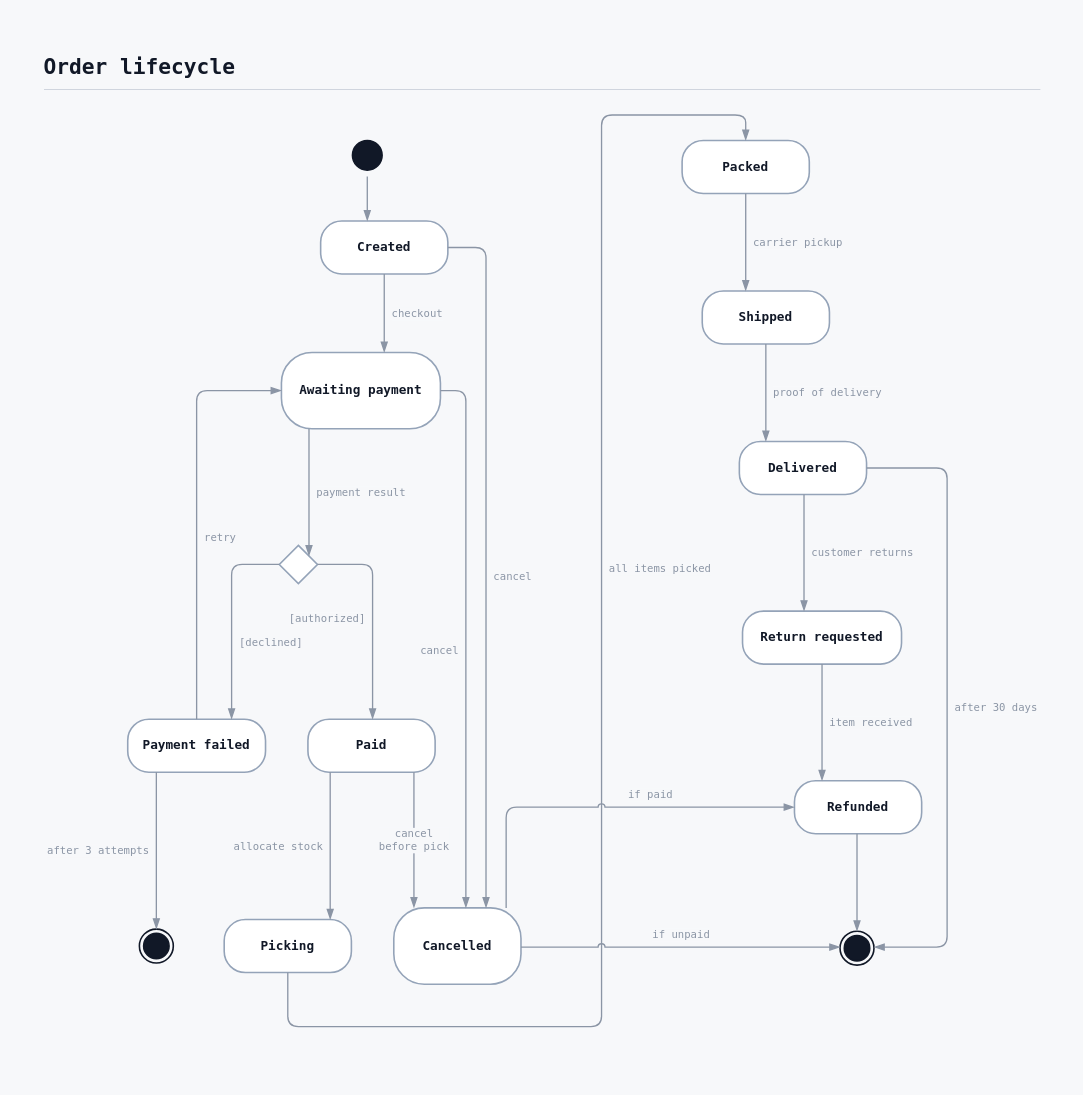
Above: examples/order_state_machine/order_state_machine.drawio in rg12301/rdg (draw.io), before the change. Source tidied: cells renumbered, new cells numbered last; positions are measured from the earlier drawing's top-left corner, leaving out a move shared by most shapes. Both pictures are drawn from the tidied source at 106%, with x=0, y=0 at pixel (18, 18).
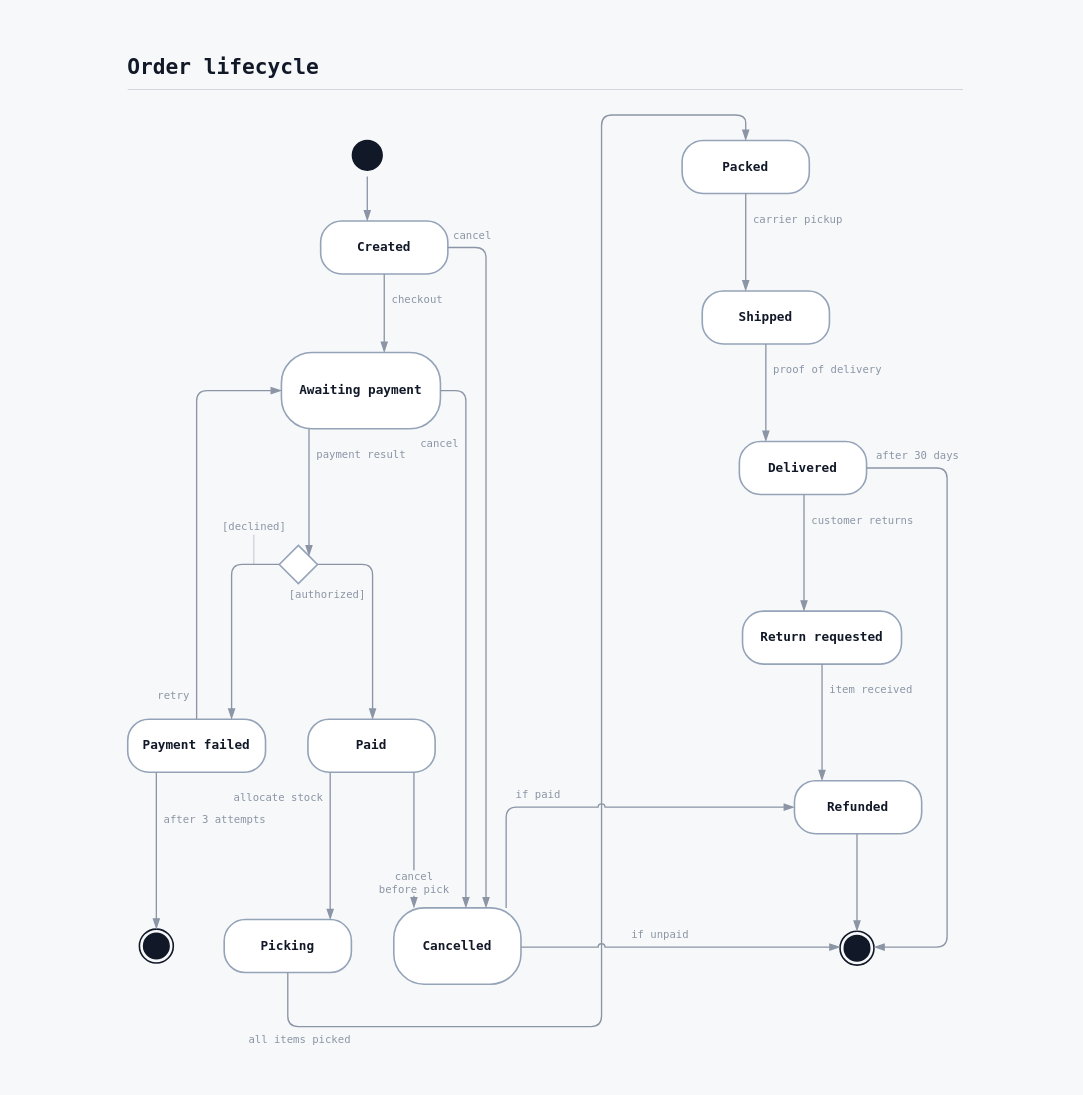
The same page after the edit.

Unchanged cells that the change refers to:
```xml
<mxCell id="6" value="&lt;b&gt;Created&lt;/b&gt;" style="rounded=1;arcSize=40;html=1;whiteSpace=wrap;fillColor=#ffffff;fillOpacity=100;strokeColor=#94a3b8;strokeWidth=1.5;shadow=0;fontFamily=JetBrains Mono, ui-monospace, SFMono-Regular, Menlo, Consolas, monospace;fontSize=12;fontColor=#111827;fontStyle=0;align=center;verticalAlign=middle;spacingTop=4;spacingBottom=4;spacingLeft=8;spacingRight=8;" parent="1" vertex="1">
  <mxGeometry x="285" y="191" width="120" height="50" as="geometry" />
</mxCell>
<mxCell id="7" value="&lt;b&gt;Awaiting payment&lt;/b&gt;" style="rounded=1;arcSize=40;html=1;whiteSpace=wrap;fillColor=#ffffff;fillOpacity=100;strokeColor=#94a3b8;strokeWidth=1.5;shadow=0;fontFamily=JetBrains Mono, ui-monospace, SFMono-Regular, Menlo, Consolas, monospace;fontSize=12;fontColor=#111827;fontStyle=0;align=center;verticalAlign=middle;spacingTop=4;spacingBottom=4;spacingLeft=8;spacingRight=8;" parent="1" vertex="1">
  <mxGeometry x="248" y="315" width="150" height="72" as="geometry" />
</mxCell>
<mxCell id="8" value="&lt;b&gt;&lt;/b&gt;" style="rounded=0;html=1;whiteSpace=wrap;fillColor=none;fillOpacity=100;strokeColor=none;strokeWidth=1.5;shadow=0;fontFamily=JetBrains Mono, ui-monospace, SFMono-Regular, Menlo, Consolas, monospace;fontSize=12;fontColor=#111827;fontStyle=0;align=center;verticalAlign=top;spacingTop=40;spacingBottom=0;spacingLeft=0;spacingRight=0;" parent="1" vertex="1">
  <mxGeometry x="228" y="497" width="72" height="36" as="geometry" />
</mxCell>
<mxCell id="10" value="&lt;b&gt;Paid&lt;/b&gt;" style="rounded=1;arcSize=40;html=1;whiteSpace=wrap;fillColor=#ffffff;fillOpacity=100;strokeColor=#94a3b8;strokeWidth=1.5;shadow=0;fontFamily=JetBrains Mono, ui-monospace, SFMono-Regular, Menlo, Consolas, monospace;fontSize=12;fontColor=#111827;fontStyle=0;align=center;verticalAlign=middle;spacingTop=4;spacingBottom=4;spacingLeft=8;spacingRight=8;" parent="1" vertex="1">
  <mxGeometry x="273" y="661" width="120" height="50" as="geometry" />
</mxCell>
<mxCell id="11" value="&lt;b&gt;Payment failed&lt;/b&gt;" style="rounded=1;arcSize=40;html=1;whiteSpace=wrap;fillColor=#ffffff;fillOpacity=100;strokeColor=#94a3b8;strokeWidth=1.5;shadow=0;fontFamily=JetBrains Mono, ui-monospace, SFMono-Regular, Menlo, Consolas, monospace;fontSize=12;fontColor=#111827;fontStyle=0;align=center;verticalAlign=middle;spacingTop=4;spacingBottom=4;spacingLeft=8;spacingRight=8;" parent="1" vertex="1">
  <mxGeometry x="103" y="661" width="130" height="50" as="geometry" />
</mxCell>
<mxCell id="12" value="&lt;b&gt;Picking&lt;/b&gt;" style="rounded=1;arcSize=40;html=1;whiteSpace=wrap;fillColor=#ffffff;fillOpacity=100;strokeColor=#94a3b8;strokeWidth=1.5;shadow=0;fontFamily=JetBrains Mono, ui-monospace, SFMono-Regular, Menlo, Consolas, monospace;fontSize=12;fontColor=#111827;fontStyle=0;align=center;verticalAlign=middle;spacingTop=4;spacingBottom=4;spacingLeft=8;spacingRight=8;" parent="1" vertex="1">
  <mxGeometry x="194" y="850" width="120" height="50" as="geometry" />
</mxCell>
<mxCell id="13" value="&lt;b&gt;Packed&lt;/b&gt;" style="rounded=1;arcSize=40;html=1;whiteSpace=wrap;fillColor=#ffffff;fillOpacity=100;strokeColor=#94a3b8;strokeWidth=1.5;shadow=0;fontFamily=JetBrains Mono, ui-monospace, SFMono-Regular, Menlo, Consolas, monospace;fontSize=12;fontColor=#111827;fontStyle=0;align=center;verticalAlign=middle;spacingTop=4;spacingBottom=4;spacingLeft=8;spacingRight=8;" parent="1" vertex="1">
  <mxGeometry x="626" y="115" width="120" height="50" as="geometry" />
</mxCell>
<mxCell id="14" value="&lt;b&gt;Shipped&lt;/b&gt;" style="rounded=1;arcSize=40;html=1;whiteSpace=wrap;fillColor=#ffffff;fillOpacity=100;strokeColor=#94a3b8;strokeWidth=1.5;shadow=0;fontFamily=JetBrains Mono, ui-monospace, SFMono-Regular, Menlo, Consolas, monospace;fontSize=12;fontColor=#111827;fontStyle=0;align=center;verticalAlign=middle;spacingTop=4;spacingBottom=4;spacingLeft=8;spacingRight=8;" parent="1" vertex="1">
  <mxGeometry x="645" y="257" width="120" height="50" as="geometry" />
</mxCell>
<mxCell id="15" value="&lt;b&gt;Delivered&lt;/b&gt;" style="rounded=1;arcSize=40;html=1;whiteSpace=wrap;fillColor=#ffffff;fillOpacity=100;strokeColor=#94a3b8;strokeWidth=1.5;shadow=0;fontFamily=JetBrains Mono, ui-monospace, SFMono-Regular, Menlo, Consolas, monospace;fontSize=12;fontColor=#111827;fontStyle=0;align=center;verticalAlign=middle;spacingTop=4;spacingBottom=4;spacingLeft=8;spacingRight=8;" parent="1" vertex="1">
  <mxGeometry x="680" y="399" width="120" height="50" as="geometry" />
</mxCell>
<mxCell id="16" value="&lt;b&gt;Cancelled&lt;/b&gt;" style="rounded=1;arcSize=40;html=1;whiteSpace=wrap;fillColor=#ffffff;fillOpacity=100;strokeColor=#94a3b8;strokeWidth=1.5;shadow=0;fontFamily=JetBrains Mono, ui-monospace, SFMono-Regular, Menlo, Consolas, monospace;fontSize=12;fontColor=#111827;fontStyle=0;align=center;verticalAlign=middle;spacingTop=4;spacingBottom=4;spacingLeft=8;spacingRight=8;" parent="1" vertex="1">
  <mxGeometry x="354" y="839" width="120" height="72" as="geometry" />
</mxCell>
<mxCell id="17" value="&lt;b&gt;Return requested&lt;/b&gt;" style="rounded=1;arcSize=40;html=1;whiteSpace=wrap;fillColor=#ffffff;fillOpacity=100;strokeColor=#94a3b8;strokeWidth=1.5;shadow=0;fontFamily=JetBrains Mono, ui-monospace, SFMono-Regular, Menlo, Consolas, monospace;fontSize=12;fontColor=#111827;fontStyle=0;align=center;verticalAlign=middle;spacingTop=4;spacingBottom=4;spacingLeft=8;spacingRight=8;" parent="1" vertex="1">
  <mxGeometry x="683" y="559" width="150" height="50" as="geometry" />
</mxCell>
<mxCell id="18" value="&lt;b&gt;Refunded&lt;/b&gt;" style="rounded=1;arcSize=40;html=1;whiteSpace=wrap;fillColor=#ffffff;fillOpacity=100;strokeColor=#94a3b8;strokeWidth=1.5;shadow=0;fontFamily=JetBrains Mono, ui-monospace, SFMono-Regular, Menlo, Consolas, monospace;fontSize=12;fontColor=#111827;fontStyle=0;align=center;verticalAlign=middle;spacingTop=4;spacingBottom=4;spacingLeft=8;spacingRight=8;" parent="1" vertex="1">
  <mxGeometry x="732" y="719" width="120" height="50" as="geometry" />
</mxCell>
<mxCell id="19" value="&lt;b&gt;&lt;/b&gt;" style="rounded=0;html=1;whiteSpace=wrap;fillColor=none;fillOpacity=100;strokeColor=none;strokeWidth=1.5;shadow=0;fontFamily=JetBrains Mono, ui-monospace, SFMono-Regular, Menlo, Consolas, monospace;fontSize=12;fontColor=#111827;fontStyle=0;align=center;verticalAlign=top;spacingTop=36;spacingBottom=0;spacingLeft=0;spacingRight=0;" parent="1" vertex="1">
  <mxGeometry x="755" y="861" width="72" height="32" as="geometry" />
</mxCell>
<mxCell id="21" value="&lt;b&gt;&lt;/b&gt;" style="rounded=0;html=1;whiteSpace=wrap;fillColor=none;fillOpacity=100;strokeColor=none;strokeWidth=1.5;shadow=0;fontFamily=JetBrains Mono, ui-monospace, SFMono-Regular, Menlo, Consolas, monospace;fontSize=12;fontColor=#111827;fontStyle=0;align=center;verticalAlign=top;spacingTop=36;spacingBottom=0;spacingLeft=0;spacingRight=0;" parent="1" vertex="1">
  <mxGeometry x="106" y="859" width="48" height="32" as="geometry" />
</mxCell>
```

What changed in the source:
```diff
@@
     <mxCell id="2" style="rounded=0;fillColor=none;strokeColor=none;selectable=0;" parent="1" vertex="1">
-      <mxGeometry width="988" height="979" as="geometry" />
+      <mxGeometry x="79" width="836" height="999" as="geometry" />
     </mxCell>
     <mxCell id="3" value="&lt;b&gt;&lt;font style=&quot;font-size:20px;color:#111827;line-height:27px;&quot;&gt;Order lifecycle&lt;/font&gt;&lt;/b&gt;" style="text;html=1;strokeColor=none;fillColor=none;align=left;verticalAlign=top;rounded=0;whiteSpace=nowrap;spacing=0;fontFamily=JetBrains Mono, ui-monospace, SFMono-Regular, Menlo, Consolas, monospace;" parent="1" vertex="1">
-      <mxGeometry x="24" y="28" width="184" height="27" as="geometry" />
+      <mxGeometry x="103" y="28" width="184" height="27" as="geometry" />
     </mxCell>
@@
     <mxCell id="24" value="checkout" style="exitX=0.50000;exitY=1.00000;exitDx=0;exitDy=0;exitPerimeter=0;entryX=0.64667;entryY=0.00000;entryDx=0;entryDy=0;entryPerimeter=0;edgeStyle=none;html=1;rounded=1;jumpStyle=arc;jumpSize=6;strokeColor=#8b95a5;strokeWidth=1.25;dashed=0;endArrow=blockThin;endFill=1;endSize=7;startArrow=none;labelBackgroundColor=#f7f8fa;labelBorderColor=none;fontFamily=JetBrains Mono, ui-monospace, SFMono-Regular, Menlo, Consolas, monospace;fontSize=10;fontColor=#8b95a5;" parent="1" edge="1" source="6" target="7">
-      <mxGeometry y="31" relative="1" as="geometry" />
+      <mxGeometry x="-0.35" y="31" relative="1" as="geometry" />
     </mxCell>
     <mxCell id="25" value="payment result" style="exitX=0.17333;exitY=1.00000;exitDx=0;exitDy=0;exitPerimeter=0;entryX=0.63889;entryY=0.27778;entryDx=0;entryDy=0;entryPerimeter=0;edgeStyle=none;html=1;rounded=1;jumpStyle=arc;jumpSize=6;strokeColor=#8b95a5;strokeWidth=1.25;dashed=0;endArrow=blockThin;endFill=1;endSize=7;startArrow=none;labelBackgroundColor=#f7f8fa;labelBorderColor=none;fontFamily=JetBrains Mono, ui-monospace, SFMono-Regular, Menlo, Consolas, monospace;fontSize=10;fontColor=#8b95a5;" parent="1" edge="1" source="7" target="8">
-      <mxGeometry y="49" relative="1" as="geometry" />
+      <mxGeometry x="-0.6" y="49" relative="1" as="geometry" />
     </mxCell>
     <mxCell id="26" value="[authorized]" style="exitX=0.75000;exitY=0.50000;exitDx=0;exitDy=0;exitPerimeter=0;entryX=0.50833;entryY=0.00000;entryDx=0;entryDy=0;entryPerimeter=0;edgeStyle=none;html=1;rounded=1;jumpStyle=arc;jumpSize=6;strokeColor=#8b95a5;strokeWidth=1.25;dashed=0;endArrow=blockThin;endFill=1;endSize=7;startArrow=none;labelBackgroundColor=#f7f8fa;labelBorderColor=none;fontFamily=JetBrains Mono, ui-monospace, SFMono-Regular, Menlo, Consolas, monospace;fontSize=10;fontColor=#8b95a5;" parent="1" edge="1" source="8" target="10">
-      <mxGeometry x="0.04" y="-43" relative="1" as="geometry">
+      <mxGeometry x="-0.19" y="-43" relative="1" as="geometry">
         <Array as="points">
           <mxPoint x="334" y="515" />
         </Array>
       </mxGeometry>
     </mxCell>
     <mxCell id="27" value="[declined]" style="exitX=0.25000;exitY=0.50000;exitDx=0;exitDy=0;exitPerimeter=0;entryX=0.75385;entryY=0.00000;entryDx=0;entryDy=0;entryPerimeter=0;edgeStyle=none;html=1;rounded=1;jumpStyle=arc;jumpSize=6;strokeColor=#8b95a5;strokeWidth=1.25;dashed=0;endArrow=blockThin;endFill=1;endSize=7;startArrow=none;labelBackgroundColor=#f7f8fa;labelBorderColor=none;fontFamily=JetBrains Mono, ui-monospace, SFMono-Regular, Menlo, Consolas, monospace;fontSize=10;fontColor=#8b95a5;" parent="1" edge="1" source="8" target="11">
-      <mxGeometry x="0.24" y="37" relative="1" as="geometry">
+      <mxGeometry x="-0.75" y="-35.8" relative="1" as="geometry">
         <Array as="points">
           <mxPoint x="201" y="515" />
         </Array>
       </mxGeometry>
     </mxCell>
+    <mxCell id="44" style="edgeStyle=none;html=1;endArrow=none;startArrow=none;strokeColor=#8b95a5;strokeWidth=0.6;opacity=80;" parent="1" edge="1">
+      <mxGeometry relative="1" as="geometry">
+        <mxPoint x="222" y="515" as="sourcePoint" />
+        <mxPoint x="222" y="487" as="targetPoint" />
+      </mxGeometry>
+    </mxCell>
     <mxCell id="28" value="retry" style="exitX=0.50000;exitY=0.00000;exitDx=0;exitDy=0;exitPerimeter=0;entryX=0.00000;entryY=0.50000;entryDx=0;entryDy=0;entryPerimeter=0;edgeStyle=none;html=1;rounded=1;jumpStyle=arc;jumpSize=6;strokeColor=#8b95a5;strokeWidth=1.25;dashed=0;endArrow=blockThin;endFill=1;endSize=7;startArrow=none;labelBackgroundColor=#f7f8fa;labelBorderColor=none;fontFamily=JetBrains Mono, ui-monospace, SFMono-Regular, Menlo, Consolas, monospace;fontSize=10;fontColor=#8b95a5;" parent="1" edge="1" source="11" target="7">
-      <mxGeometry x="-0.12" y="-22" relative="1" as="geometry">
+      <mxGeometry x="-0.88" y="22" relative="1" as="geometry">
         <Array as="points">
           <mxPoint x="168" y="351" />
         </Array>
       </mxGeometry>
     </mxCell>
     <mxCell id="29" value="after 3 attempts" style="exitX=0.20769;exitY=1.00000;exitDx=0;exitDy=0;exitPerimeter=0;entryX=0.50000;entryY=0.00000;entryDx=0;entryDy=0;entryPerimeter=0;edgeStyle=none;html=1;rounded=1;jumpStyle=arc;jumpSize=6;strokeColor=#8b95a5;strokeWidth=1.25;dashed=0;endArrow=blockThin;endFill=1;endSize=7;startArrow=none;labelBackgroundColor=#f7f8fa;labelBorderColor=none;fontFamily=JetBrains Mono, ui-monospace, SFMono-Regular, Menlo, Consolas, monospace;fontSize=10;fontColor=#8b95a5;" parent="1" edge="1" source="11" target="21">
-      <mxGeometry y="-55" relative="1" as="geometry" />
+      <mxGeometry x="-0.41" y="55" relative="1" as="geometry" />
     </mxCell>
     <mxCell id="30" value="allocate stock" style="exitX=0.17500;exitY=1.00000;exitDx=0;exitDy=0;exitPerimeter=0;entryX=0.83333;entryY=0.00000;entryDx=0;entryDy=0;entryPerimeter=0;edgeStyle=none;html=1;rounded=1;jumpStyle=arc;jumpSize=6;strokeColor=#8b95a5;strokeWidth=1.25;dashed=0;endArrow=blockThin;endFill=1;endSize=7;startArrow=none;labelBackgroundColor=#f7f8fa;labelBorderColor=none;fontFamily=JetBrains Mono, ui-monospace, SFMono-Regular, Menlo, Consolas, monospace;fontSize=10;fontColor=#8b95a5;" parent="1" edge="1" source="10" target="12">
-      <mxGeometry y="-49" relative="1" as="geometry" />
+      <mxGeometry x="-0.65" y="-49" relative="1" as="geometry" />
     </mxCell>
     <mxCell id="31" value="all items picked" style="exitX=0.50000;exitY=1.00000;exitDx=0;exitDy=0;exitPerimeter=0;entryX=0.50000;entryY=0.00000;entryDx=0;entryDy=0;entryPerimeter=0;edgeStyle=none;html=1;rounded=1;jumpStyle=arc;jumpSize=6;strokeColor=#8b95a5;strokeWidth=1.25;dashed=0;endArrow=blockThin;endFill=1;endSize=7;startArrow=none;labelBackgroundColor=#f7f8fa;labelBorderColor=none;fontFamily=JetBrains Mono, ui-monospace, SFMono-Regular, Menlo, Consolas, monospace;fontSize=10;fontColor=#8b95a5;" parent="1" edge="1" source="12" target="13">
-      <mxGeometry x="0.14" y="-55" relative="1" as="geometry">
+      <mxGeometry x="-0.91" y="-11.8" relative="1" as="geometry">
         <Array as="points">
           <mxPoint x="254" y="951" />
           <mxPoint x="550" y="951" />
           <mxPoint x="550" y="91" />
           <mxPoint x="686" y="91" />
         </Array>
       </mxGeometry>
     </mxCell>
     <mxCell id="32" value="carrier pickup" style="exitX=0.50000;exitY=1.00000;exitDx=0;exitDy=0;exitPerimeter=0;entryX=0.34167;entryY=0.00000;entryDx=0;entryDy=0;entryPerimeter=0;edgeStyle=none;html=1;rounded=1;jumpStyle=arc;jumpSize=6;strokeColor=#8b95a5;strokeWidth=1.25;dashed=0;endArrow=blockThin;endFill=1;endSize=7;startArrow=none;labelBackgroundColor=#f7f8fa;labelBorderColor=none;fontFamily=JetBrains Mono, ui-monospace, SFMono-Regular, Menlo, Consolas, monospace;fontSize=10;fontColor=#8b95a5;" parent="1" edge="1" source="13" target="14">
-      <mxGeometry y="49" relative="1" as="geometry" />
+      <mxGeometry x="-0.48" y="49" relative="1" as="geometry" />
     </mxCell>
     <mxCell id="33" value="proof of delivery" style="exitX=0.50000;exitY=1.00000;exitDx=0;exitDy=0;exitPerimeter=0;entryX=0.20833;entryY=0.00000;entryDx=0;entryDy=0;entryPerimeter=0;edgeStyle=none;html=1;rounded=1;jumpStyle=arc;jumpSize=6;strokeColor=#8b95a5;strokeWidth=1.25;dashed=0;endArrow=blockThin;endFill=1;endSize=7;startArrow=none;labelBackgroundColor=#f7f8fa;labelBorderColor=none;fontFamily=JetBrains Mono, ui-monospace, SFMono-Regular, Menlo, Consolas, monospace;fontSize=10;fontColor=#8b95a5;" parent="1" edge="1" source="14" target="15">
-      <mxGeometry y="58" relative="1" as="geometry" />
+      <mxGeometry x="-0.48" y="58" relative="1" as="geometry" />
     </mxCell>
     <mxCell id="34" value="after 30 days" style="exitX=1.00000;exitY=0.50000;exitDx=0;exitDy=0;exitPerimeter=0;entryX=0.72179;entryY=0.46875;entryDx=0;entryDy=0;entryPerimeter=0;edgeStyle=none;html=1;rounded=1;jumpStyle=arc;jumpSize=6;strokeColor=#8b95a5;strokeWidth=1.25;dashed=0;endArrow=blockThin;endFill=1;endSize=7;startArrow=none;labelBackgroundColor=#f7f8fa;labelBorderColor=none;fontFamily=JetBrains Mono, ui-monospace, SFMono-Regular, Menlo, Consolas, monospace;fontSize=10;fontColor=#8b95a5;" parent="1" edge="1" source="15" target="19">
-      <mxGeometry x="0.01" y="46" relative="1" as="geometry">
+      <mxGeometry x="-0.84" y="11.8" relative="1" as="geometry">
         <Array as="points">
           <mxPoint x="876" y="424" />
           <mxPoint x="876" y="876" />
         </Array>
       </mxGeometry>
     </mxCell>
     <mxCell id="35" value="customer returns" style="exitX=0.50833;exitY=1.00000;exitDx=0;exitDy=0;exitPerimeter=0;entryX=0.38667;entryY=0.00000;entryDx=0;entryDy=0;entryPerimeter=0;edgeStyle=none;html=1;rounded=1;jumpStyle=arc;jumpSize=6;strokeColor=#8b95a5;strokeWidth=1.25;dashed=0;endArrow=blockThin;endFill=1;endSize=7;startArrow=none;labelBackgroundColor=#f7f8fa;labelBorderColor=none;fontFamily=JetBrains Mono, ui-monospace, SFMono-Regular, Menlo, Consolas, monospace;fontSize=10;fontColor=#8b95a5;" parent="1" edge="1" source="15" target="17">
-      <mxGeometry y="55" relative="1" as="geometry" />
+      <mxGeometry x="-0.56" y="55" relative="1" as="geometry" />
     </mxCell>
     <mxCell id="36" value="item received" style="exitX=0.50000;exitY=1.00000;exitDx=0;exitDy=0;exitPerimeter=0;entryX=0.21667;entryY=0.00000;entryDx=0;entryDy=0;entryPerimeter=0;edgeStyle=none;html=1;rounded=1;jumpStyle=arc;jumpSize=6;strokeColor=#8b95a5;strokeWidth=1.25;dashed=0;endArrow=blockThin;endFill=1;endSize=7;startArrow=none;labelBackgroundColor=#f7f8fa;labelBorderColor=none;fontFamily=JetBrains Mono, ui-monospace, SFMono-Regular, Menlo, Consolas, monospace;fontSize=10;fontColor=#8b95a5;" parent="1" edge="1" source="17" target="18">
-      <mxGeometry y="46" relative="1" as="geometry" />
+      <mxGeometry x="-0.56" y="46" relative="1" as="geometry" />
     </mxCell>
@@
     <mxCell id="38" value="cancel" style="exitX=1.00000;exitY=0.50000;exitDx=0;exitDy=0;exitPerimeter=0;entryX=0.72500;entryY=0.00000;entryDx=0;entryDy=0;entryPerimeter=0;edgeStyle=none;html=1;rounded=1;jumpStyle=arc;jumpSize=6;strokeColor=#8b95a5;strokeWidth=1.25;dashed=0;endArrow=blockThin;endFill=1;endSize=7;startArrow=none;labelBackgroundColor=#f7f8fa;labelBorderColor=none;fontFamily=JetBrains Mono, ui-monospace, SFMono-Regular, Menlo, Consolas, monospace;fontSize=10;fontColor=#8b95a5;" parent="1" edge="1" source="6" target="16">
-      <mxGeometry x="0.05" y="25" relative="1" as="geometry">
+      <mxGeometry x="-0.93" y="11.8" relative="1" as="geometry">
         <Array as="points">
           <mxPoint x="441" y="216" />
         </Array>
       </mxGeometry>
     </mxCell>
     <mxCell id="39" value="cancel" style="exitX=1.00000;exitY=0.50000;exitDx=0;exitDy=0;exitPerimeter=0;entryX=0.56667;entryY=0.00000;entryDx=0;entryDy=0;entryPerimeter=0;edgeStyle=none;html=1;rounded=1;jumpStyle=arc;jumpSize=6;strokeColor=#8b95a5;strokeWidth=1.25;dashed=0;endArrow=blockThin;endFill=1;endSize=7;startArrow=none;labelBackgroundColor=#f7f8fa;labelBorderColor=none;fontFamily=JetBrains Mono, ui-monospace, SFMono-Regular, Menlo, Consolas, monospace;fontSize=10;fontColor=#8b95a5;" parent="1" edge="1" source="7" target="16">
-      <mxGeometry x="0.05" y="-25" relative="1" as="geometry">
+      <mxGeometry x="-0.71" y="-25" relative="1" as="geometry">
         <Array as="points">
           <mxPoint x="422" y="351" />
         </Array>
       </mxGeometry>
     </mxCell>
     <mxCell id="40" value="cancel&lt;br&gt;before pick" style="exitX=0.83333;exitY=1.00000;exitDx=0;exitDy=0;exitPerimeter=0;entryX=0.15833;entryY=0.00000;entryDx=0;entryDy=0;entryPerimeter=0;edgeStyle=none;html=1;rounded=1;jumpStyle=arc;jumpSize=6;strokeColor=#8b95a5;strokeWidth=1.25;dashed=0;endArrow=blockThin;endFill=1;endSize=7;startArrow=none;labelBackgroundColor=#f7f8fa;labelBorderColor=none;fontFamily=JetBrains Mono, ui-monospace, SFMono-Regular, Menlo, Consolas, monospace;fontSize=10;fontColor=#8b95a5;" parent="1" edge="1" source="10" target="16">
-      <mxGeometry relative="1" as="geometry" />
+      <mxGeometry x="0.62" relative="1" as="geometry" />
     </mxCell>
     <mxCell id="41" value="if paid" style="exitX=0.88333;exitY=0.00000;exitDx=0;exitDy=0;exitPerimeter=0;entryX=0.00000;entryY=0.50000;entryDx=0;entryDy=0;entryPerimeter=0;edgeStyle=none;html=1;rounded=1;jumpStyle=arc;jumpSize=6;strokeColor=#8b95a5;strokeWidth=1.25;dashed=0;endArrow=blockThin;endFill=1;endSize=7;startArrow=none;labelBackgroundColor=#f7f8fa;labelBorderColor=none;fontFamily=JetBrains Mono, ui-monospace, SFMono-Regular, Menlo, Consolas, monospace;fontSize=10;fontColor=#8b95a5;" parent="1" edge="1" source="16" target="18">
-      <mxGeometry x="0.26" y="11.8" relative="1" as="geometry">
+      <mxGeometry x="-0.32" y="11.8" relative="1" as="geometry">
         <Array as="points">
           <mxPoint x="460" y="744" />
         </Array>
       </mxGeometry>
     </mxCell>
     <mxCell id="42" value="if unpaid" style="exitX=1.00000;exitY=0.51389;exitDx=0;exitDy=0;exitPerimeter=0;entryX=0.27821;entryY=0.46875;entryDx=0;entryDy=0;entryPerimeter=0;edgeStyle=none;html=1;rounded=1;jumpStyle=arc;jumpSize=6;strokeColor=#8b95a5;strokeWidth=1.25;dashed=0;endArrow=blockThin;endFill=1;endSize=7;startArrow=none;labelBackgroundColor=#f7f8fa;labelBorderColor=none;fontFamily=JetBrains Mono, ui-monospace, SFMono-Regular, Menlo, Consolas, monospace;fontSize=10;fontColor=#8b95a5;" parent="1" edge="1" source="16" target="19">
-      <mxGeometry y="11.8" relative="1" as="geometry" />
+      <mxGeometry x="-0.13" y="11.8" relative="1" as="geometry" />
     </mxCell>
     <mxCell id="43" style="line;strokeWidth=1;strokeColor=#d0d5de;html=1;" parent="1" vertex="1">
-      <mxGeometry x="24" y="66" width="940" height="2" as="geometry" />
+      <mxGeometry x="103" y="66" width="788" height="2" as="geometry" />
     </mxCell>
```
